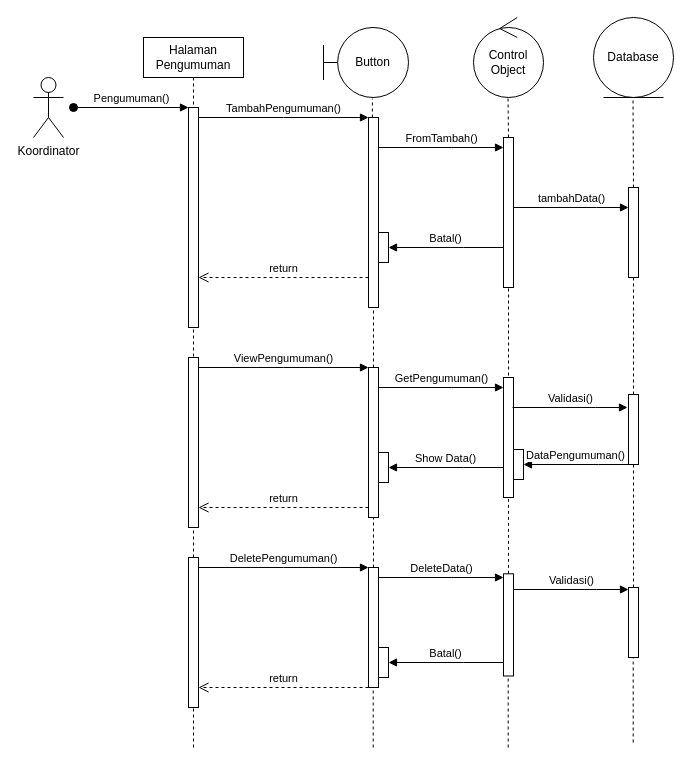
This is Website Bimbingan Online/Sequence Diagram/pengumuman.drawio from BagusCPaste/draw.io, a draw.io file, before an edit. Source tidied: cells renumbered, new cells numbered last; positions are measured from the earlier drawing's top-left corner, leaving out a move shared by most shapes. Both pictures are drawn from the tidied source at 100%, with x=0, y=0 at pixel (33, 17).
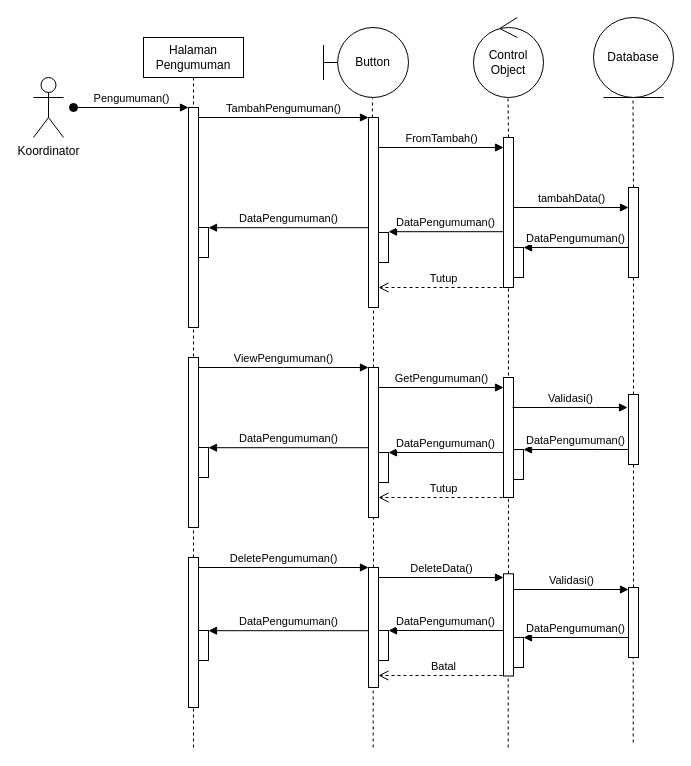
The same page after the edit.

Unchanged cells that the change refers to:
```xml
<mxCell id="2" value="Halaman Pengumuman" style="shape=umlLifeline;perimeter=lifelinePerimeter;whiteSpace=wrap;html=1;newEdgeStyle={&quot;edgeStyle&quot;:&quot;elbowEdgeStyle&quot;,&quot;elbow&quot;:&quot;vertical&quot;,&quot;curved&quot;:0,&quot;rounded&quot;:0};" parent="1" vertex="1">
  <mxGeometry x="110" y="20" width="100" height="370" as="geometry" />
</mxCell>
<mxCell id="3" style="html=1;points=[];perimeter=orthogonalPerimeter;outlineConnect=0;targetShapes=umlLifeline;portConstraint=eastwest;newEdgeStyle={&quot;edgeStyle&quot;:&quot;elbowEdgeStyle&quot;,&quot;elbow&quot;:&quot;vertical&quot;,&quot;curved&quot;:0,&quot;rounded&quot;:0};" parent="2" vertex="1">
  <mxGeometry x="45" y="70" width="10" height="220" as="geometry" />
</mxCell>
<mxCell id="12" style="html=1;points=[[0,0,0,0,5],[0,1,0,0,-5],[1,0,0,0,5],[1,1,0,0,-5]];perimeter=orthogonalPerimeter;outlineConnect=0;targetShapes=umlLifeline;portConstraint=eastwest;newEdgeStyle={&quot;curved&quot;:0,&quot;rounded&quot;:0};" parent="11" vertex="1">
  <mxGeometry width="10" height="150" as="geometry" />
</mxCell>
<mxCell id="43" style="html=1;points=[];perimeter=orthogonalPerimeter;outlineConnect=0;targetShapes=umlLifeline;portConstraint=eastwest;newEdgeStyle={&quot;edgeStyle&quot;:&quot;elbowEdgeStyle&quot;,&quot;elbow&quot;:&quot;vertical&quot;,&quot;curved&quot;:0,&quot;rounded&quot;:0};" parent="1" vertex="1">
  <mxGeometry x="335" y="100" width="10" height="190" as="geometry" />
</mxCell>
<mxCell id="44" style="html=1;points=[[0,0,0,0,5],[0,1,0,0,-5],[1,0,0,0,5],[1,1,0,0,-5]];perimeter=orthogonalPerimeter;outlineConnect=0;targetShapes=umlLifeline;portConstraint=eastwest;newEdgeStyle={&quot;curved&quot;:0,&quot;rounded&quot;:0};" parent="1" vertex="1">
  <mxGeometry x="345" y="215" width="10" height="30" as="geometry" />
</mxCell>
<mxCell id="48" style="html=1;points=[[0,0,0,0,5],[0,1,0,0,-5],[1,0,0,0,5],[1,1,0,0,-5]];perimeter=orthogonalPerimeter;outlineConnect=0;targetShapes=umlLifeline;portConstraint=eastwest;newEdgeStyle={&quot;curved&quot;:0,&quot;rounded&quot;:0};" parent="1" vertex="1">
  <mxGeometry x="345" y="435" width="10" height="30" as="geometry" />
</mxCell>
<mxCell id="52" style="html=1;points=[[0,0,0,0,5],[0,1,0,0,-5],[1,0,0,0,5],[1,1,0,0,-5]];perimeter=orthogonalPerimeter;outlineConnect=0;targetShapes=umlLifeline;portConstraint=eastwest;newEdgeStyle={&quot;curved&quot;:0,&quot;rounded&quot;:0};" parent="1" vertex="1">
  <mxGeometry x="480" y="432" width="10" height="30" as="geometry" />
</mxCell>
```

Change to the diagram source:
```diff
@@
+    <mxCell id="59" style="html=1;perimeter=orthogonalPerimeter;targetShapes=umlLifeline;newEdgeStyle={&quot;curved&quot;:0,&quot;rounded&quot;:0};" parent="2" vertex="1">
+      <mxGeometry x="55" y="190" width="10" height="30" as="geometry" />
+    </mxCell>
@@
-    <mxCell id="6" value="return" style="html=1;verticalAlign=bottom;endArrow=open;dashed=1;endSize=8;edgeStyle=elbowEdgeStyle;elbow=vertical;curved=0;rounded=0;" parent="1" edge="1" source="43" target="3">
-      <mxGeometry relative="1" as="geometry">
-        <Array as="points">
-          <mxPoint x="260" y="260" />
-        </Array>
-      </mxGeometry>
-    </mxCell>
@@
-    <mxCell id="19" value="Batal()" style="html=1;verticalAlign=bottom;endArrow=block;edgeStyle=elbowEdgeStyle;elbow=horizontal;curved=0;rounded=0;" parent="1" edge="1" target="44">
+    <mxCell id="19" value="DataPengumuman()" style="html=1;verticalAlign=bottom;endArrow=block;edgeStyle=elbowEdgeStyle;elbow=horizontal;curved=0;rounded=0;" parent="1" edge="1">
       <mxGeometry relative="1" as="geometry">
-        <mxPoint x="470" y="230" as="sourcePoint" />
+        <mxPoint x="470" y="214.2" as="sourcePoint" />
+        <mxPoint x="355" y="214.2" as="targetPoint" />
         <Array as="points">
-          <mxPoint x="430" y="230" />
+          <mxPoint x="430" y="214.2" />
         </Array>
       </mxGeometry>
     </mxCell>
@@
-    <mxCell id="47" value="Show Data()" style="html=1;verticalAlign=bottom;endArrow=block;edgeStyle=elbowEdgeStyle;elbow=horizontal;curved=0;rounded=0;" parent="1" edge="1" target="48">
+    <mxCell id="47" value="DataPengumuman()" style="html=1;verticalAlign=bottom;endArrow=block;edgeStyle=elbowEdgeStyle;elbow=horizontal;curved=0;rounded=0;" parent="1" edge="1">
       <mxGeometry relative="1" as="geometry">
-        <mxPoint x="470" y="450" as="sourcePoint" />
+        <mxPoint x="470" y="435" as="sourcePoint" />
+        <mxPoint x="355" y="435" as="targetPoint" />
         <Array as="points">
-          <mxPoint x="430" y="450" />
+          <mxPoint x="430" y="435" />
         </Array>
       </mxGeometry>
     </mxCell>
@@
-    <mxCell id="49" value="Batal()" style="html=1;verticalAlign=bottom;endArrow=block;edgeStyle=elbowEdgeStyle;elbow=vertical;curved=0;rounded=0;" parent="1" edge="1" target="50">
+    <mxCell id="49" value="DataPengumuman()" style="html=1;verticalAlign=bottom;endArrow=block;edgeStyle=elbowEdgeStyle;elbow=vertical;curved=0;rounded=0;" parent="1" edge="1">
       <mxGeometry relative="1" as="geometry">
-        <mxPoint x="470" y="645" as="sourcePoint" />
+        <mxPoint x="470" y="613" as="sourcePoint" />
+        <mxPoint x="355" y="613" as="targetPoint" />
         <Array as="points">
-          <mxPoint x="430" y="645" />
+          <mxPoint x="430" y="613" />
         </Array>
       </mxGeometry>
     </mxCell>
     <mxCell id="50" style="html=1;points=[[0,0,0,0,5],[0,1,0,0,-5],[1,0,0,0,5],[1,1,0,0,-5]];perimeter=orthogonalPerimeter;outlineConnect=0;targetShapes=umlLifeline;portConstraint=eastwest;newEdgeStyle={&quot;curved&quot;:0,&quot;rounded&quot;:0};" parent="1" vertex="1">
-      <mxGeometry x="345" y="630" width="10" height="30" as="geometry" />
+      <mxGeometry x="345" y="613" width="10" height="30" as="geometry" />
     </mxCell>
-    <mxCell id="51" value="DataPengumuman()" style="html=1;verticalAlign=bottom;endArrow=block;edgeStyle=elbowEdgeStyle;elbow=vertical;curved=0;rounded=0;" parent="1" edge="1" target="52">
+    <mxCell id="51" value="DataPengumuman()" style="html=1;verticalAlign=bottom;endArrow=block;edgeStyle=elbowEdgeStyle;elbow=vertical;curved=0;rounded=0;" parent="1" edge="1">
       <mxGeometry relative="1" as="geometry">
-        <mxPoint x="595" y="447" as="sourcePoint" />
+        <mxPoint x="595" y="432" as="sourcePoint" />
+        <mxPoint x="490" y="432" as="targetPoint" />
         <Array as="points">
-          <mxPoint x="565" y="447" />
+          <mxPoint x="565" y="432" />
         </Array>
       </mxGeometry>
     </mxCell>
@@
-    <mxCell id="53" value="return" style="html=1;verticalAlign=bottom;endArrow=open;dashed=1;endSize=8;edgeStyle=elbowEdgeStyle;elbow=vertical;curved=0;rounded=0;" parent="1" edge="1">
-      <mxGeometry relative="1" as="geometry">
-        <mxPoint x="335" y="490" as="sourcePoint" />
-        <mxPoint x="165" y="490" as="targetPoint" />
-        <Array as="points">
-          <mxPoint x="260" y="490" />
-        </Array>
-      </mxGeometry>
-    </mxCell>
-    <mxCell id="54" value="return" style="html=1;verticalAlign=bottom;endArrow=open;dashed=1;endSize=8;edgeStyle=elbowEdgeStyle;elbow=vertical;curved=0;rounded=0;" parent="1" edge="1">
-      <mxGeometry relative="1" as="geometry">
-        <mxPoint x="335" y="670" as="sourcePoint" />
-        <mxPoint x="165" y="670" as="targetPoint" />
-        <Array as="points">
-          <mxPoint x="260" y="670" />
-        </Array>
-      </mxGeometry>
-    </mxCell>
@@
+    <mxCell id="60" value="DataPengumuman()" style="html=1;verticalAlign=bottom;endArrow=block;edgeStyle=elbowEdgeStyle;elbow=horizontal;curved=0;rounded=0;" parent="1" edge="1">
+      <mxGeometry relative="1" as="geometry">
+        <mxPoint x="595" y="230" as="sourcePoint" />
+        <mxPoint x="490" y="230" as="targetPoint" />
+        <Array as="points">
+          <mxPoint x="565" y="230" />
+        </Array>
+      </mxGeometry>
+    </mxCell>
+    <mxCell id="61" style="html=1;perimeter=orthogonalPerimeter;targetShapes=umlLifeline;newEdgeStyle={&quot;curved&quot;:0,&quot;rounded&quot;:0};" parent="1" vertex="1">
+      <mxGeometry x="480" y="230" width="10" height="30" as="geometry" />
+    </mxCell>
+    <mxCell id="62" value="DataPengumuman()" style="html=1;verticalAlign=bottom;endArrow=block;edgeStyle=elbowEdgeStyle;elbow=horizontal;curved=0;rounded=0;" parent="1" edge="1">
+      <mxGeometry relative="1" as="geometry">
+        <mxPoint x="335" y="210.2" as="sourcePoint" />
+        <mxPoint x="175" y="210.2" as="targetPoint" />
+        <Array as="points">
+          <mxPoint x="250" y="210.2" />
+        </Array>
+      </mxGeometry>
+    </mxCell>
+    <mxCell id="63" value="Tutup" style="html=1;verticalAlign=bottom;endArrow=open;dashed=1;endSize=8;edgeStyle=elbowEdgeStyle;elbow=vertical;curved=0;rounded=0;exitX=0;exitY=1;exitDx=0;exitDy=-5;exitPerimeter=0;" parent="1" edge="1" source="12" target="43">
+      <mxGeometry relative="1" as="geometry">
+        <Array as="points">
+          <mxPoint x="440" y="270" />
+        </Array>
+      </mxGeometry>
+    </mxCell>
+    <mxCell id="64" value="DataPengumuman()" style="html=1;verticalAlign=bottom;endArrow=block;edgeStyle=elbowEdgeStyle;elbow=vertical;curved=0;rounded=0;" parent="1" edge="1">
+      <mxGeometry relative="1" as="geometry">
+        <mxPoint x="595" y="620" as="sourcePoint" />
+        <mxPoint x="490" y="620" as="targetPoint" />
+        <Array as="points">
+          <mxPoint x="565" y="620" />
+        </Array>
+      </mxGeometry>
+    </mxCell>
+    <mxCell id="65" style="html=1;perimeter=orthogonalPerimeter;targetShapes=umlLifeline;newEdgeStyle={&quot;curved&quot;:0,&quot;rounded&quot;:0};" parent="1" vertex="1">
+      <mxGeometry x="480" y="620" width="10" height="30" as="geometry" />
+    </mxCell>
+    <mxCell id="66" value="Tutup" style="html=1;verticalAlign=bottom;endArrow=open;dashed=1;endSize=8;edgeStyle=elbowEdgeStyle;elbow=vertical;curved=0;rounded=0;exitX=0;exitY=1;exitDx=0;exitDy=-5;exitPerimeter=0;" parent="1" edge="1">
+      <mxGeometry relative="1" as="geometry">
+        <mxPoint x="470" y="475" as="sourcePoint" />
+        <mxPoint x="345" y="480" as="targetPoint" />
+        <Array as="points">
+          <mxPoint x="440" y="480" />
+        </Array>
+      </mxGeometry>
+    </mxCell>
+    <mxCell id="67" value="Batal" style="html=1;verticalAlign=bottom;endArrow=open;dashed=1;endSize=8;edgeStyle=elbowEdgeStyle;elbow=vertical;curved=0;rounded=0;exitX=0;exitY=1;exitDx=0;exitDy=-5;exitPerimeter=0;" parent="1" edge="1">
+      <mxGeometry relative="1" as="geometry">
+        <mxPoint x="470" y="653" as="sourcePoint" />
+        <mxPoint x="345" y="658" as="targetPoint" />
+        <Array as="points">
+          <mxPoint x="440" y="658" />
+        </Array>
+      </mxGeometry>
+    </mxCell>
+    <mxCell id="68" style="html=1;perimeter=orthogonalPerimeter;targetShapes=umlLifeline;newEdgeStyle={&quot;curved&quot;:0,&quot;rounded&quot;:0};" parent="1" vertex="1">
+      <mxGeometry x="165" y="430" width="10" height="30" as="geometry" />
+    </mxCell>
+    <mxCell id="69" value="DataPengumuman()" style="html=1;verticalAlign=bottom;endArrow=block;edgeStyle=elbowEdgeStyle;elbow=horizontal;curved=0;rounded=0;" parent="1" edge="1">
+      <mxGeometry relative="1" as="geometry">
+        <mxPoint x="335" y="430.2" as="sourcePoint" />
+        <mxPoint x="175" y="430.2" as="targetPoint" />
+        <Array as="points">
+          <mxPoint x="250" y="430.2" />
+        </Array>
+      </mxGeometry>
+    </mxCell>
+    <mxCell id="70" style="html=1;perimeter=orthogonalPerimeter;targetShapes=umlLifeline;newEdgeStyle={&quot;curved&quot;:0,&quot;rounded&quot;:0};" parent="1" vertex="1">
+      <mxGeometry x="165" y="613" width="10" height="30" as="geometry" />
+    </mxCell>
+    <mxCell id="71" value="DataPengumuman()" style="html=1;verticalAlign=bottom;endArrow=block;edgeStyle=elbowEdgeStyle;elbow=horizontal;curved=0;rounded=0;" parent="1" edge="1">
+      <mxGeometry relative="1" as="geometry">
+        <mxPoint x="335" y="613.2" as="sourcePoint" />
+        <mxPoint x="175" y="613.2" as="targetPoint" />
+        <Array as="points">
+          <mxPoint x="250" y="613.2" />
+        </Array>
+      </mxGeometry>
+    </mxCell>
```
